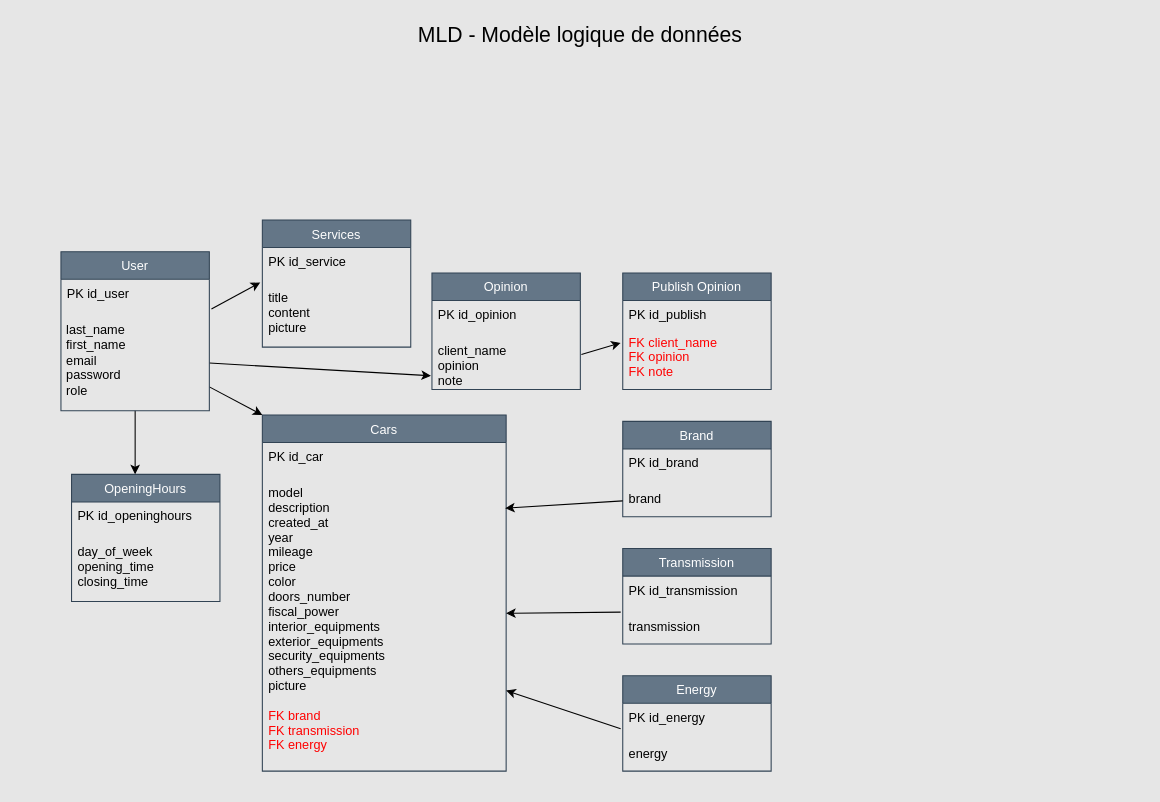
Earlier version of the draw.io diagram Diagrammes/MLD.drawio (Neeruam244/garageparrot). Source tidied: cells renumbered, new cells numbered last; positions are measured from the earlier drawing's top-left corner, leaving out a move shared by most shapes. Both pictures are drawn from the tidied source at 106%, with x=0, y=0 at pixel (18, 18).
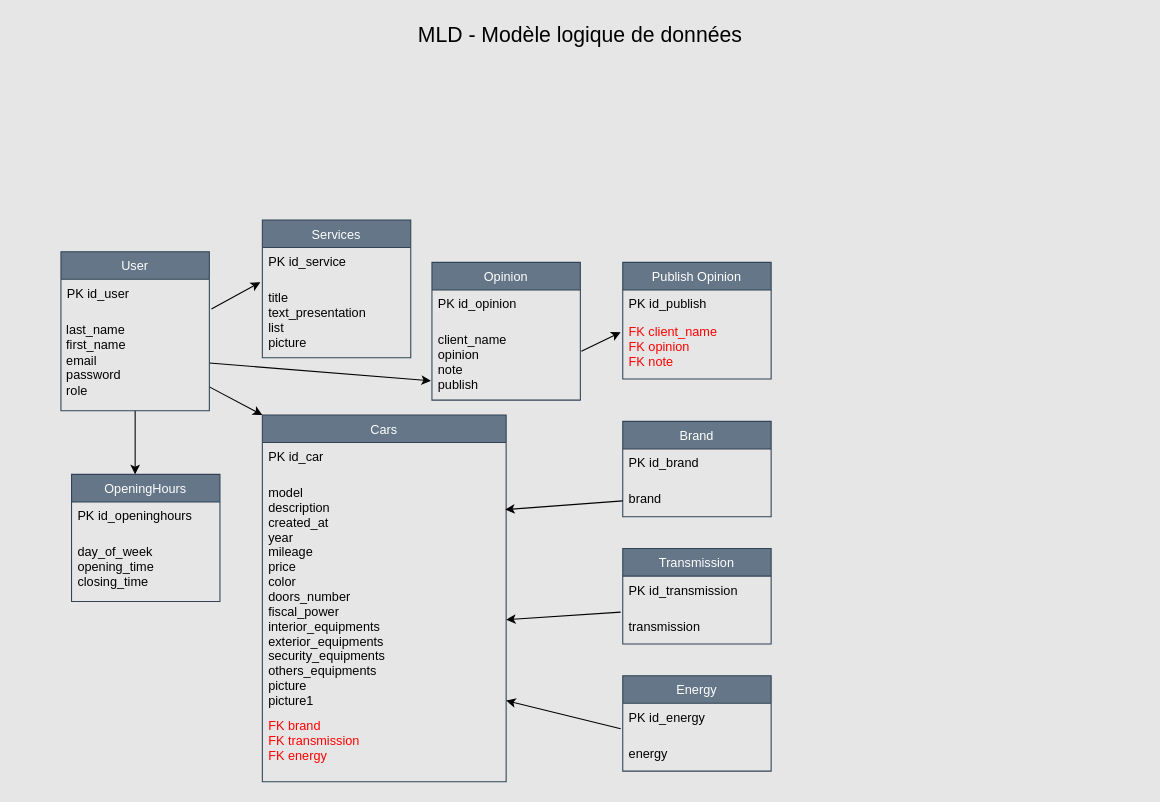
The same diagram, later.

What changed in the source:
```diff
@@
     <mxCell id="2" value="Services" style="swimlane;fontStyle=0;horizontal=1;startSize=26;fillColor=#647687;fontColor=#ffffff;strokeColor=#314354;" parent="1" vertex="1">
-      <mxGeometry x="230" y="190" width="140" height="120" as="geometry" />
+      <mxGeometry x="230" y="190" width="140" height="130" as="geometry" />
     </mxCell>
@@
-    <mxCell id="4" value="title&#10;content &#10;picture " style="text;strokeColor=none;fillColor=none;align=left;verticalAlign=top;spacingLeft=4;spacingRight=4;overflow=hidden;points=[[0,0.5],[1,0.5]];portConstraint=eastwest;fontColor=#000000;" parent="2" vertex="1">
-      <mxGeometry y="60" width="140" height="60" as="geometry" />
+    <mxCell id="4" value="title&#10;text_presentation&#10;list &#10;picture " style="text;strokeColor=none;fillColor=none;align=left;verticalAlign=top;spacingLeft=4;spacingRight=4;overflow=hidden;points=[[0,0.5],[1,0.5]];portConstraint=eastwest;fontColor=#000000;" parent="2" vertex="1">
+      <mxGeometry y="60" width="140" height="70" as="geometry" />
     </mxCell>
@@
     <mxCell id="8" value="Opinion" style="swimlane;fontStyle=0;horizontal=1;startSize=26;fillColor=#647687;fontColor=#ffffff;strokeColor=#314354;" parent="1" vertex="1">
-      <mxGeometry x="390" y="240" width="140" height="110" as="geometry" />
+      <mxGeometry x="390" y="230" width="140" height="130" as="geometry" />
     </mxCell>
@@
-    <mxCell id="10" value="client_name &#10;opinion&#10;note" style="text;strokeColor=none;fillColor=none;align=left;verticalAlign=top;spacingLeft=4;spacingRight=4;overflow=hidden;points=[[0,0.5],[1,0.5]];portConstraint=eastwest;fontColor=#000000;" parent="8" vertex="1">
-      <mxGeometry y="60" width="140" height="50" as="geometry" />
+    <mxCell id="10" value="client_name &#10;opinion&#10;note&#10;publish" style="text;strokeColor=none;fillColor=none;align=left;verticalAlign=top;spacingLeft=4;spacingRight=4;overflow=hidden;points=[[0,0.5],[1,0.5]];portConstraint=eastwest;fontColor=#000000;" parent="8" vertex="1">
+      <mxGeometry y="60" width="140" height="70" as="geometry" />
     </mxCell>
     <mxCell id="11" value="Cars" style="swimlane;fontStyle=0;horizontal=1;startSize=26;fillColor=#647687;fontColor=#ffffff;strokeColor=#314354;" parent="1" vertex="1">
-      <mxGeometry x="230" y="374" width="230" height="336" as="geometry" />
+      <mxGeometry x="230" y="374" width="230" height="346" as="geometry" />
     </mxCell>
@@
-    <mxCell id="13" value="model&#10;description&#10;created_at&#10;year&#10;mileage&#10;price&#10;color&#10;doors_number&#10;fiscal_power&#10;interior_equipments&#10;exterior_equipments&#10;security_equipments&#10;others_equipments&#10;picture" style="text;strokeColor=none;fillColor=none;align=left;verticalAlign=top;spacingLeft=4;spacingRight=4;overflow=hidden;points=[[0,0.5],[1,0.5]];portConstraint=eastwest;fontColor=#000000;" parent="11" vertex="1">
-      <mxGeometry y="60" width="230" height="210" as="geometry" />
+    <mxCell id="13" value="model&#10;description&#10;created_at&#10;year&#10;mileage&#10;price&#10;color&#10;doors_number&#10;fiscal_power&#10;interior_equipments&#10;exterior_equipments&#10;security_equipments&#10;others_equipments&#10;picture&#10;picture1&#10;" style="text;strokeColor=none;fillColor=none;align=left;verticalAlign=top;spacingLeft=4;spacingRight=4;overflow=hidden;points=[[0,0.5],[1,0.5]];portConstraint=eastwest;fontColor=#000000;" parent="11" vertex="1">
+      <mxGeometry y="60" width="230" height="220" as="geometry" />
     </mxCell>
     <mxCell id="14" value="FK brand &#10;FK transmission&#10;FK energy" style="text;strokeColor=none;fillColor=none;align=left;verticalAlign=top;spacingLeft=4;spacingRight=4;overflow=hidden;fontColor=#FF0000;" parent="11" vertex="1">
-      <mxGeometry y="270" width="230" height="66" as="geometry" />
+      <mxGeometry y="280" width="230" height="66" as="geometry" />
     </mxCell>
     <mxCell id="15" value="Publish Opinion" style="swimlane;fontStyle=0;horizontal=1;startSize=26;fillColor=#647687;fontColor=#ffffff;strokeColor=#314354;" parent="1" vertex="1">
-      <mxGeometry x="570" y="240" width="140" height="110" as="geometry" />
+      <mxGeometry x="570" y="230" width="140" height="110" as="geometry" />
     </mxCell>
```
